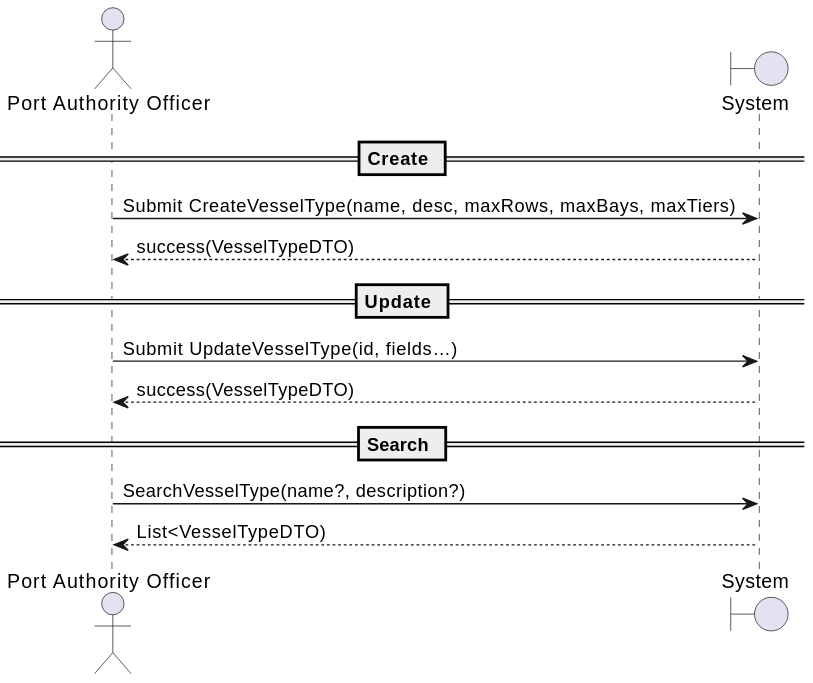
Earlier version of the PlantUML export docs/planning/Sprint1/Back-end-Module(s)/US-221/01.requirements-engineering/puml/us2.2.1-sequence-diagram-alternative-1.svg (FranciscoMofreitaSantos/PortLogistics_ISEP).
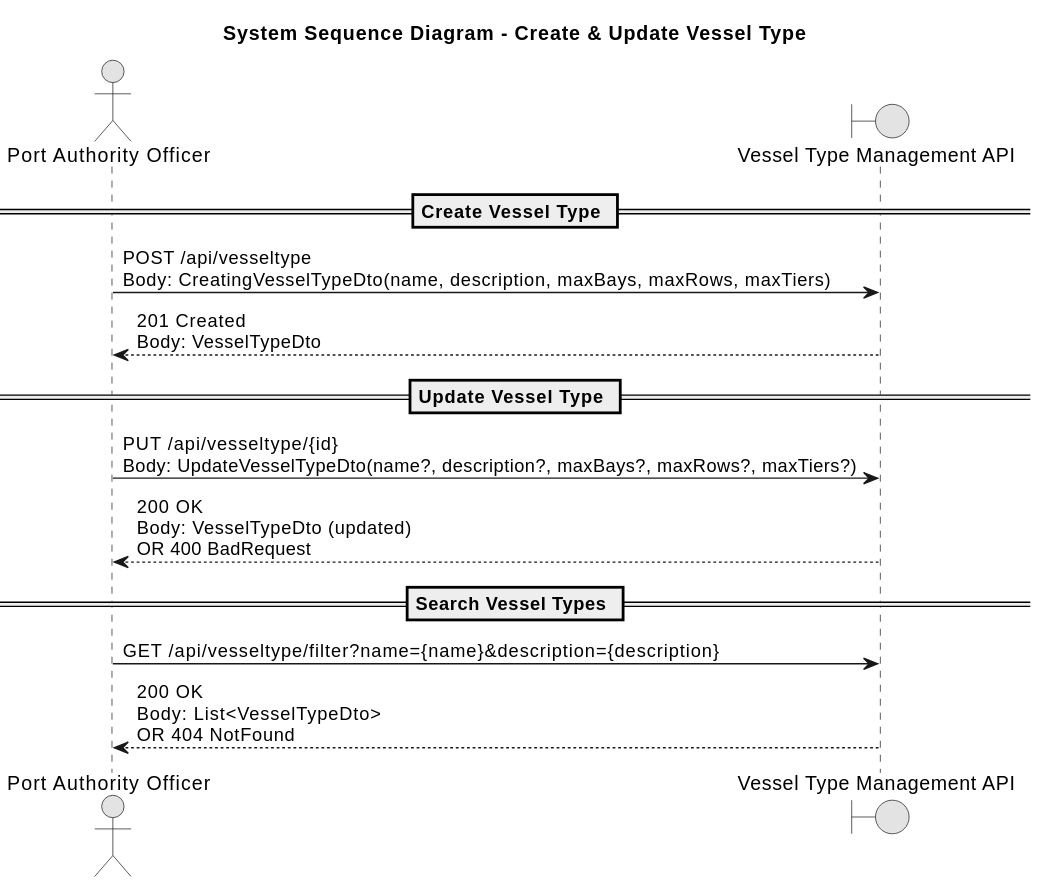
Above is the later version.

Change to the diagram source:
```diff
@@ -1,16 +1,20 @@
 @startuml
+skinparam monochrome true
+skinparam shadowing false
+title System Sequence Diagram - Create & Update Vessel Type
+
 actor "Port Authority Officer" as Officer
-boundary "System" as System
+boundary "Vessel Type Management API" as System
 
-== Create ==
-Officer -> System : Submit CreateVesselType(name, desc, maxRows, maxBays, maxTiers)
-System --> Officer : success(VesselTypeDTO)
+== Create Vessel Type ==
+Officer -> System : POST /api/vesseltype\nBody: CreatingVesselTypeDto(name, description, maxBays, maxRows, maxTiers)
+System --> Officer : 201 Created\nBody: VesselTypeDto
 
-== Update ==
-Officer -> System : Submit UpdateVesselType(id, fields…)
-System --> Officer : success(VesselTypeDTO)
+== Update Vessel Type ==
+Officer -> System : PUT /api/vesseltype/{id}\nBody: UpdateVesselTypeDto(name?, description?, maxBays?, maxRows?, maxTiers?)
+System --> Officer : 200 OK\nBody: VesselTypeDto (updated)\nOR 400 BadRequest
 
-== Search ==
-Officer -> System : SearchVesselType(name?, description?)
-System --> Officer : List<VesselTypeDTO)
+== Search Vessel Types ==
+Officer -> System : GET /api/vesseltype/filter?name={name}&description={description}
+System --> Officer : 200 OK\nBody: List<VesselTypeDto>\nOR 404 NotFound
 @enduml
```
